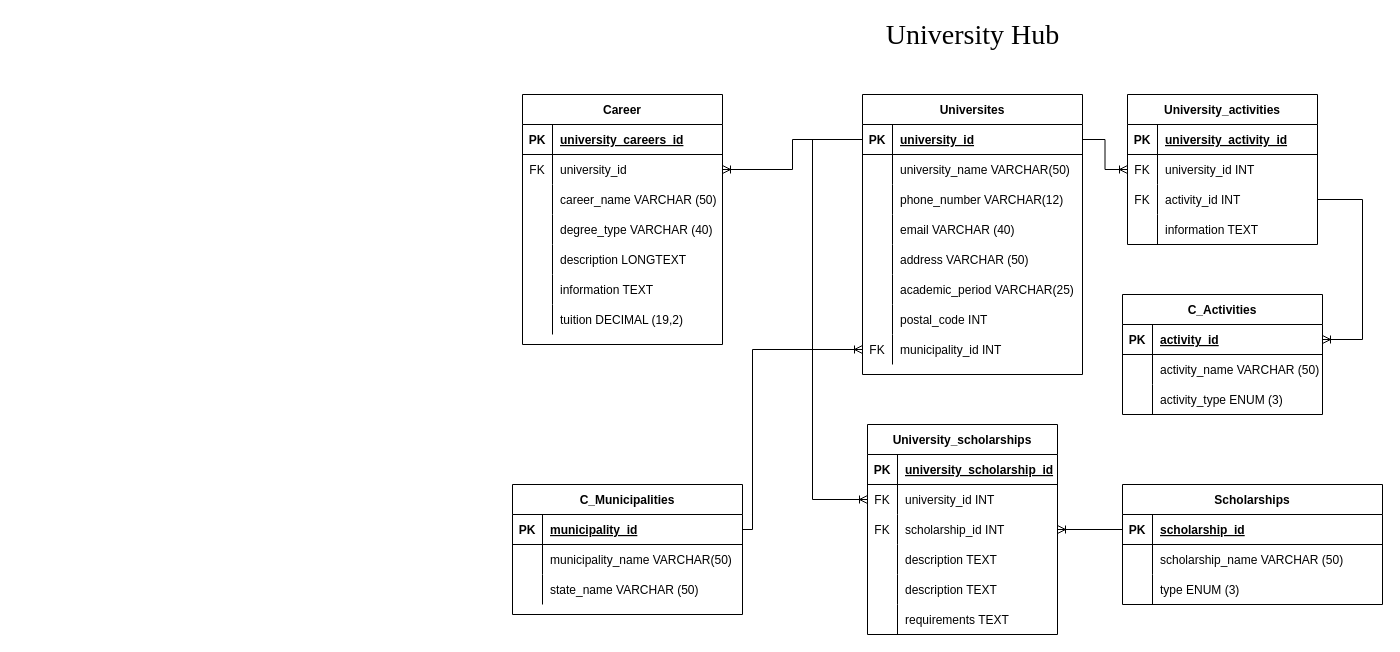
Earlier version of the draw.io diagram Untitled Diagram.drawio (University-Hub/Entity-Relationship-Model). Source tidied: cells renumbered, new cells numbered last; positions are measured from the earlier drawing's top-left corner, leaving out a move shared by most shapes. Both pictures are drawn from the tidied source at 100%, with x=0, y=0 at pixel (512, 24).
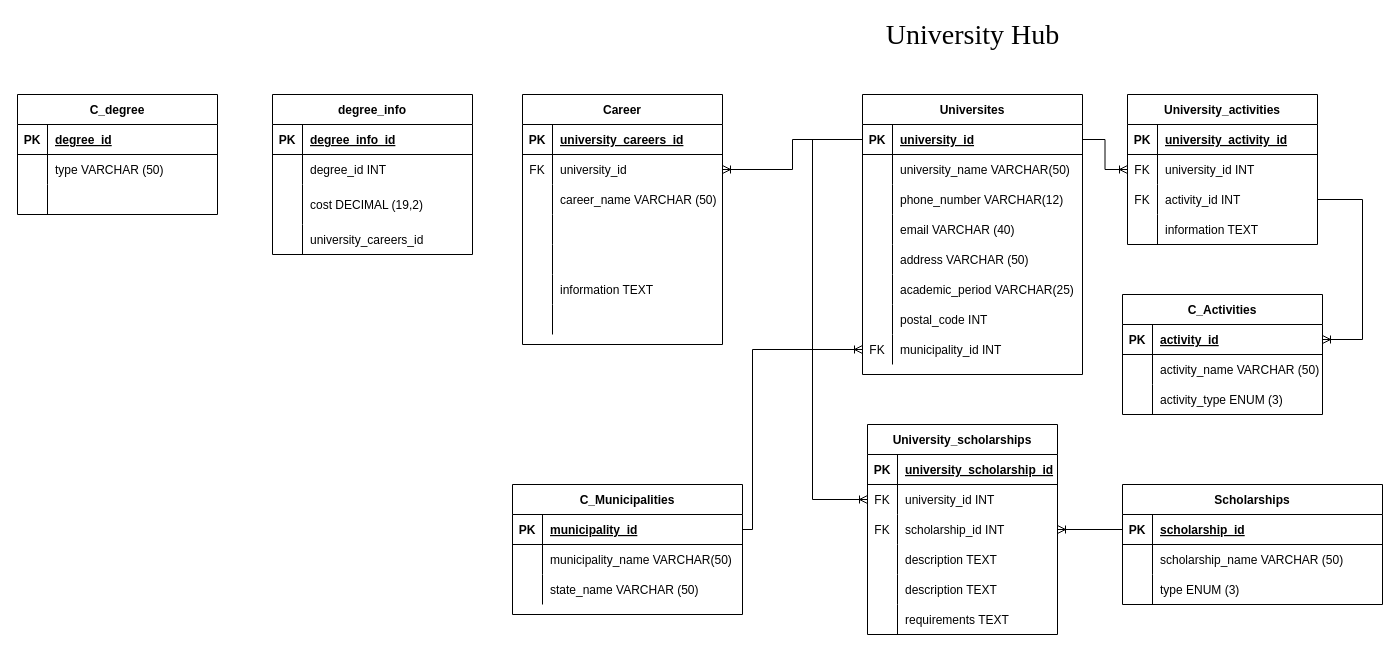
Above is the later version.

The change refers to these unchanged cells:
```xml
<mxCell id="43" style="shape=partialRectangle;fillColor=none;top=0;left=0;bottom=0;right=0;" parent="33" vertex="1">
  <mxGeometry y="120" width="200" height="30" as="geometry" />
</mxCell>
<mxCell id="46" style="shape=partialRectangle;fillColor=none;top=0;left=0;bottom=0;right=0;" parent="33" vertex="1">
  <mxGeometry y="150" width="200" height="30" as="geometry" />
</mxCell>
<mxCell id="52" style="shape=partialRectangle;fillColor=none;top=0;left=0;bottom=0;right=0;" parent="33" vertex="1">
  <mxGeometry y="210" width="200" height="30" as="geometry" />
</mxCell>
```

The edit, as a diff of the source:
```diff
@@
-    <mxCell id="45" value="degree_type VARCHAR (40)" style="shape=partialRectangle;fillColor=none;top=0;left=0;bottom=0;right=0;align=left;spacingLeft=6;overflow=hidden;" parent="43" vertex="1">
+    <mxCell id="45" style="shape=partialRectangle;fillColor=none;top=0;left=0;bottom=0;right=0;align=left;spacingLeft=6;overflow=hidden;" parent="43" vertex="1">
       <mxGeometry x="30" width="170" height="30" as="geometry" />
     </mxCell>
@@
-    <mxCell id="48" value="description LONGTEXT" style="shape=partialRectangle;fillColor=none;top=0;left=0;bottom=0;right=0;align=left;spacingLeft=6;overflow=hidden;" parent="46" vertex="1">
+    <mxCell id="48" style="shape=partialRectangle;fillColor=none;top=0;left=0;bottom=0;right=0;align=left;spacingLeft=6;overflow=hidden;" parent="46" vertex="1">
       <mxGeometry x="30" width="170" height="30" as="geometry" />
     </mxCell>
@@
-    <mxCell id="54" value="tuition DECIMAL (19,2)" style="shape=partialRectangle;fillColor=none;top=0;left=0;bottom=0;right=0;align=left;spacingLeft=6;overflow=hidden;" parent="52" vertex="1">
+    <mxCell id="54" style="shape=partialRectangle;fillColor=none;top=0;left=0;bottom=0;right=0;align=left;spacingLeft=6;overflow=hidden;" parent="52" vertex="1">
       <mxGeometry x="30" width="170" height="30" as="geometry" />
     </mxCell>
@@
+    <mxCell id="118" value="C_degree" style="shape=table;startSize=30;childLayout=tableLayout;rowLines=0;fontStyle=1;align=center;" parent="1" vertex="1">
+      <mxGeometry x="-495" y="70" width="200" height="120" as="geometry" />
+    </mxCell>
+    <mxCell id="119" style="shape=partialRectangle;fillColor=none;top=0;left=0;bottom=1;right=0;" parent="118" vertex="1">
+      <mxGeometry y="30" width="200" height="30" as="geometry" />
+    </mxCell>
+    <mxCell id="120" value="PK" style="shape=partialRectangle;fillColor=none;top=0;left=0;bottom=0;right=0;fontStyle=1;overflow=hidden;" parent="119" vertex="1">
+      <mxGeometry width="30" height="30" as="geometry" />
+    </mxCell>
+    <mxCell id="121" value="degree_id" style="shape=partialRectangle;fillColor=none;top=0;left=0;bottom=0;right=0;align=left;spacingLeft=6;fontStyle=5;overflow=hidden;" parent="119" vertex="1">
+      <mxGeometry x="30" width="170" height="30" as="geometry" />
+    </mxCell>
+    <mxCell id="122" style="shape=partialRectangle;fillColor=none;top=0;left=0;bottom=0;right=0;" parent="118" vertex="1">
+      <mxGeometry y="60" width="200" height="30" as="geometry" />
+    </mxCell>
+    <mxCell id="123" style="shape=partialRectangle;fillColor=none;top=0;left=0;bottom=0;right=0;overflow=hidden;" parent="122" vertex="1">
+      <mxGeometry width="30" height="30" as="geometry" />
+    </mxCell>
+    <mxCell id="124" value="type VARCHAR (50)" style="shape=partialRectangle;fillColor=none;top=0;left=0;bottom=0;right=0;align=left;spacingLeft=6;overflow=hidden;" parent="122" vertex="1">
+      <mxGeometry x="30" width="170" height="30" as="geometry" />
+    </mxCell>
+    <mxCell id="125" style="shape=partialRectangle;fillColor=none;top=0;left=0;bottom=0;right=0;" parent="118" vertex="1">
+      <mxGeometry y="90" width="200" height="30" as="geometry" />
+    </mxCell>
+    <mxCell id="126" style="shape=partialRectangle;fillColor=none;top=0;left=0;bottom=0;right=0;overflow=hidden;" parent="125" vertex="1">
+      <mxGeometry width="30" height="30" as="geometry" />
+    </mxCell>
+    <mxCell id="127" style="shape=partialRectangle;fillColor=none;top=0;left=0;bottom=0;right=0;align=left;spacingLeft=6;overflow=hidden;" parent="125" vertex="1">
+      <mxGeometry x="30" width="170" height="30" as="geometry" />
+    </mxCell>
+    <mxCell id="128" value="degree_info" style="shape=table;startSize=30;childLayout=tableLayout;rowLines=0;fontStyle=1;align=center;" parent="1" vertex="1">
+      <mxGeometry x="-240" y="70" width="200" height="160" as="geometry" />
+    </mxCell>
+    <mxCell id="129" style="shape=partialRectangle;fillColor=none;top=0;left=0;bottom=1;right=0;" parent="128" vertex="1">
+      <mxGeometry y="30" width="200" height="30" as="geometry" />
+    </mxCell>
+    <mxCell id="130" value="PK" style="shape=partialRectangle;fillColor=none;top=0;left=0;bottom=0;right=0;fontStyle=1;overflow=hidden;" parent="129" vertex="1">
+      <mxGeometry width="30" height="30" as="geometry" />
+    </mxCell>
+    <mxCell id="131" value="degree_info_id" style="shape=partialRectangle;fillColor=none;top=0;left=0;bottom=0;right=0;align=left;spacingLeft=6;fontStyle=5;overflow=hidden;" parent="129" vertex="1">
+      <mxGeometry x="30" width="170" height="30" as="geometry" />
+    </mxCell>
+    <mxCell id="132" style="shape=partialRectangle;fillColor=none;top=0;left=0;bottom=0;right=0;" parent="128" vertex="1">
+      <mxGeometry y="60" width="200" height="30" as="geometry" />
+    </mxCell>
+    <mxCell id="133" style="shape=partialRectangle;fillColor=none;top=0;left=0;bottom=0;right=0;overflow=hidden;" parent="132" vertex="1">
+      <mxGeometry width="30" height="30" as="geometry" />
+    </mxCell>
+    <mxCell id="134" value="degree_id INT" style="shape=partialRectangle;fillColor=none;top=0;left=0;bottom=0;right=0;align=left;spacingLeft=6;overflow=hidden;" parent="132" vertex="1">
+      <mxGeometry x="30" width="170" height="30" as="geometry" />
+    </mxCell>
+    <mxCell id="135" style="shape=partialRectangle;fillColor=none;top=0;left=0;bottom=0;right=0;" parent="128" vertex="1">
+      <mxGeometry y="90" width="200" height="40" as="geometry" />
+    </mxCell>
+    <mxCell id="136" style="shape=partialRectangle;fillColor=none;top=0;left=0;bottom=0;right=0;overflow=hidden;" parent="135" vertex="1">
+      <mxGeometry width="30" height="40" as="geometry" />
+    </mxCell>
+    <mxCell id="137" value="cost DECIMAL (19,2)" style="shape=partialRectangle;fillColor=none;top=0;left=0;bottom=0;right=0;align=left;spacingLeft=6;overflow=hidden;" parent="135" vertex="1">
+      <mxGeometry x="30" width="170" height="40" as="geometry" />
+    </mxCell>
+    <mxCell id="138" style="shape=partialRectangle;fillColor=none;top=0;left=0;bottom=0;right=0;" parent="128" vertex="1">
+      <mxGeometry y="130" width="200" height="30" as="geometry" />
+    </mxCell>
+    <mxCell id="139" style="shape=partialRectangle;fillColor=none;top=0;left=0;bottom=0;right=0;overflow=hidden;" parent="138" vertex="1">
+      <mxGeometry width="30" height="30" as="geometry" />
+    </mxCell>
+    <mxCell id="140" value="university_careers_id" style="shape=partialRectangle;fillColor=none;top=0;left=0;bottom=0;right=0;align=left;spacingLeft=6;overflow=hidden;" parent="138" vertex="1">
+      <mxGeometry x="30" width="170" height="30" as="geometry" />
+    </mxCell>
```
